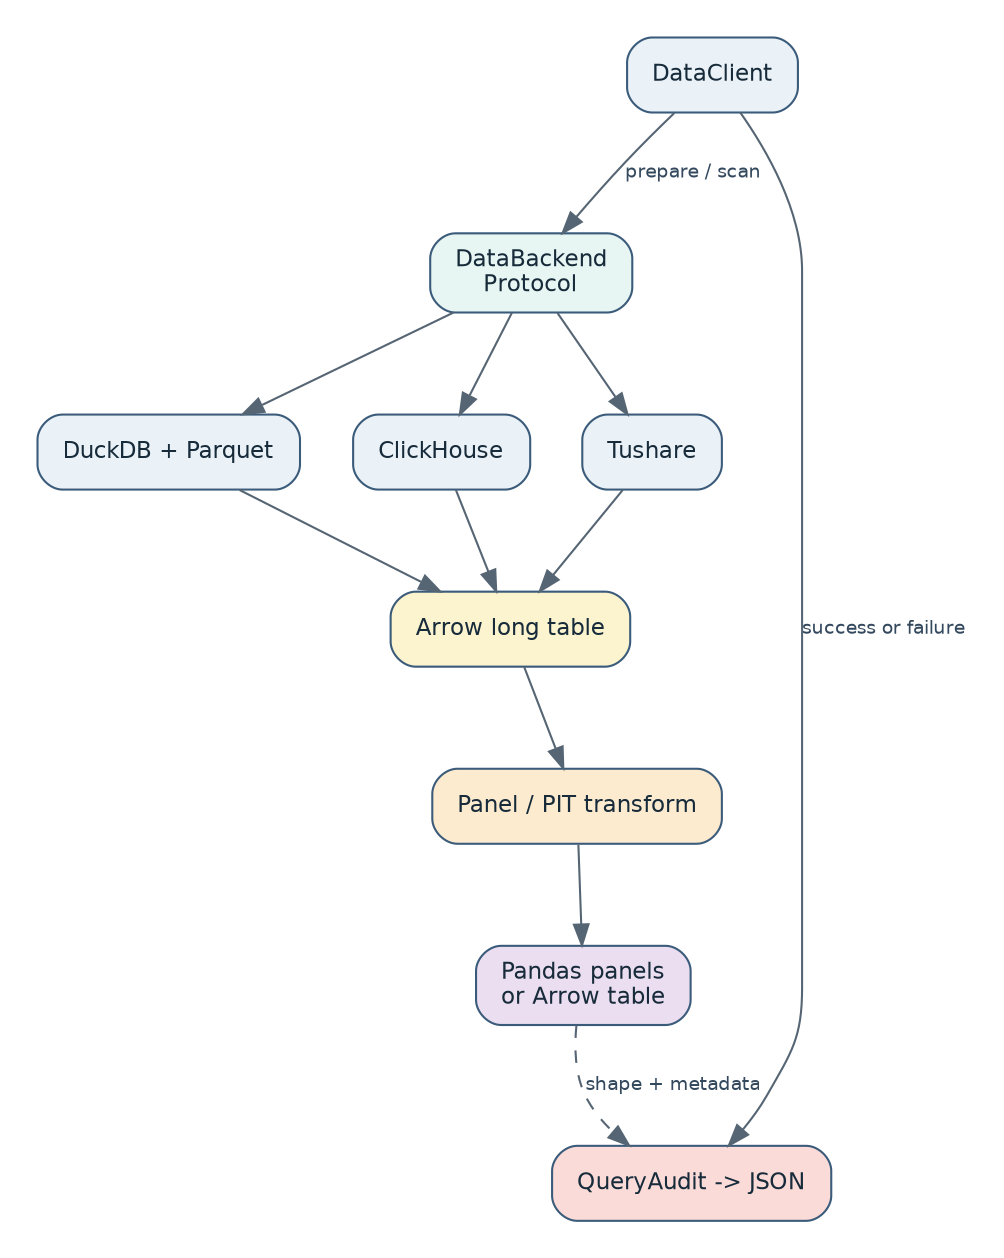
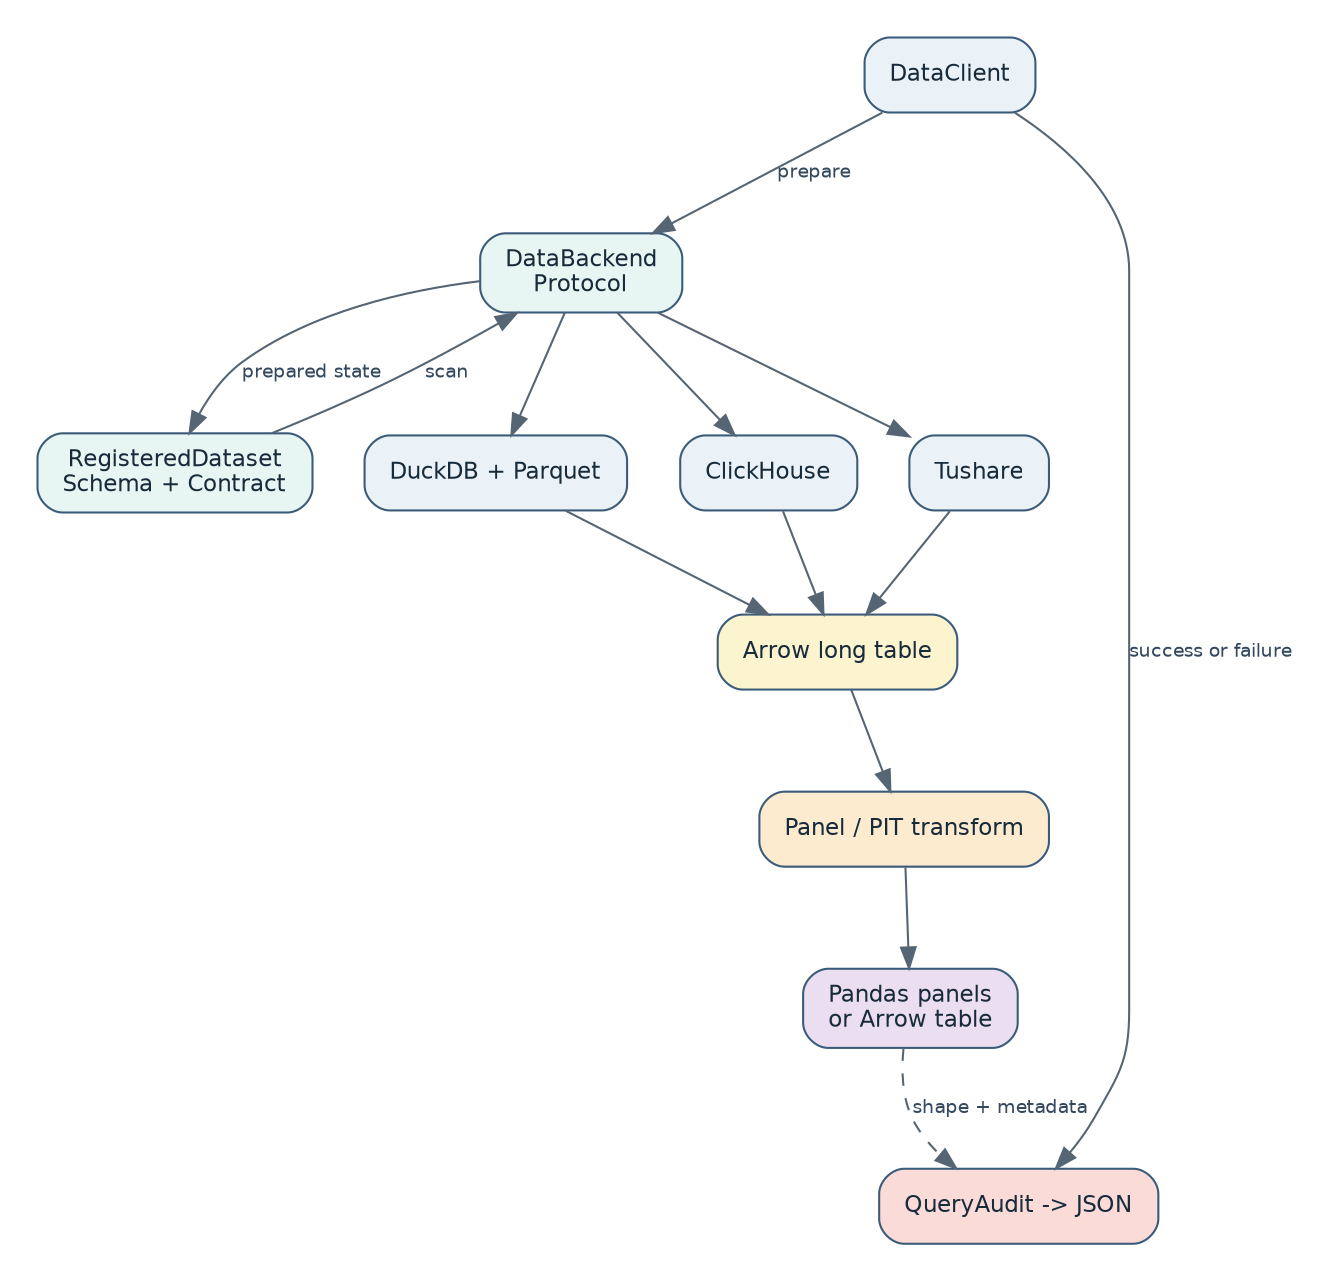
digraph QuantDataComponents {
  graph [
    rankdir=TB,
    bgcolor="transparent",
    pad="0.25",
    nodesep="0.35",
    ranksep="0.65"
  ];
  node [
    shape=box,
    style="rounded,filled",
    color="#3B5B7A",
    fillcolor="#EAF2F8",
    fontcolor="#172B3A",
    fontname="Helvetica",
    fontsize=11,
    margin="0.16,0.10"
  ];
  edge [color="#566573", fontcolor="#34495E", fontname="Helvetica", fontsize=9];

  client [label="DataClient"];
  protocol [label="DataBackend\nProtocol", fillcolor="#E8F6F3"];
+   contract [label="RegisteredDataset\nSchema + Contract", fillcolor="#E8F6F3"];
  parquet [label="DuckDB + Parquet"];
  clickhouse [label="ClickHouse"];
  tushare [label="Tushare"];
  arrow [label="Arrow long table", fillcolor="#FCF3CF"];
  transform [label="Panel / PIT transform", fillcolor="#FDEBD0"];
  result [label="Pandas panels\nor Arrow table", fillcolor="#EBDEF0"];
  audit [label="QueryAudit -> JSON", fillcolor="#FADBD8"];

-   client -> protocol [label="prepare / scan"];
+   client -> protocol [label="prepare"];
+   protocol -> contract [label="prepared state"];
+   contract -> protocol [label="scan"];
  { rank=same; parquet; clickhouse; tushare; }
  protocol -> parquet;
  protocol -> clickhouse;
  protocol -> tushare;
  parquet -> arrow;
  clickhouse -> arrow;
  tushare -> arrow;
  arrow -> transform;
  transform -> result;
  client -> audit [label="success or failure"];
  result -> audit [style=dashed, label="shape + metadata"];
}
